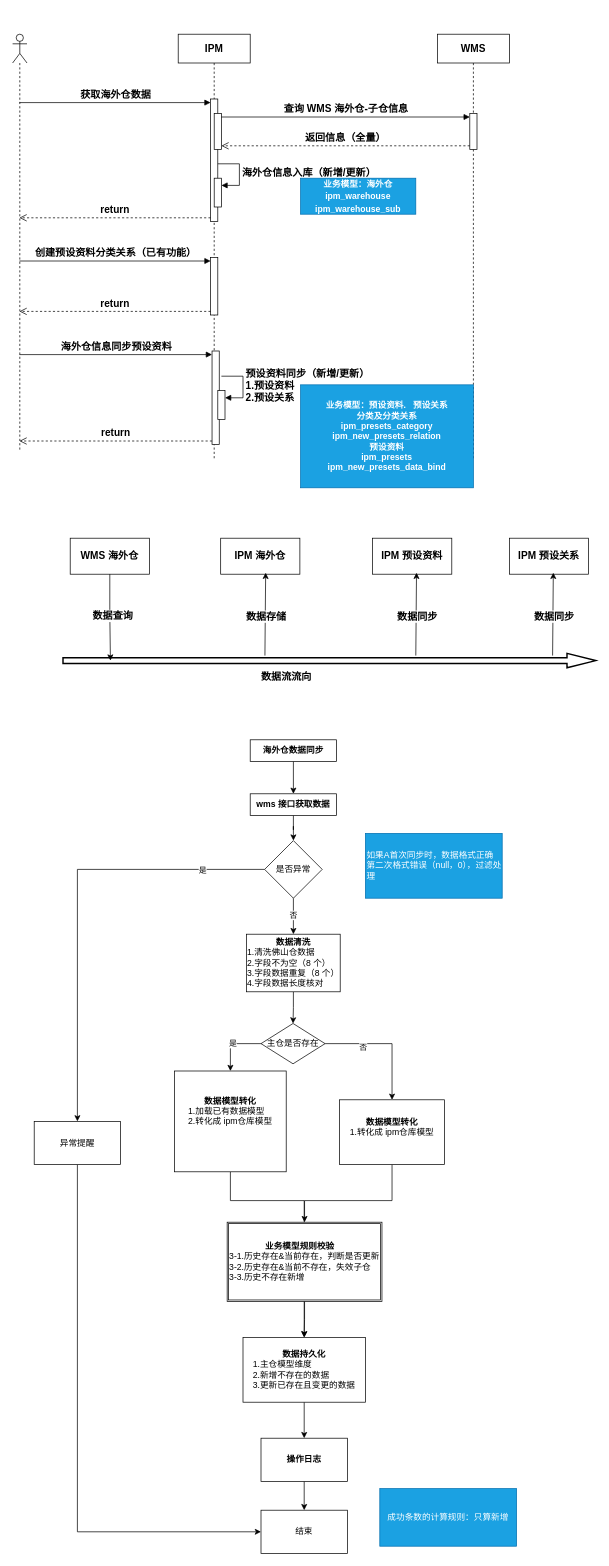
Above: shein/海外仓计划.drawio in Msimplehub/abbysun (draw.io), before the change. Source tidied: cells renumbered, new cells numbered last; positions are measured from the earlier drawing's top-left corner, leaving out a move shared by most shapes. Both pictures are drawn from the tidied source at 72%, with x=0, y=0 at pixel (12, 34).
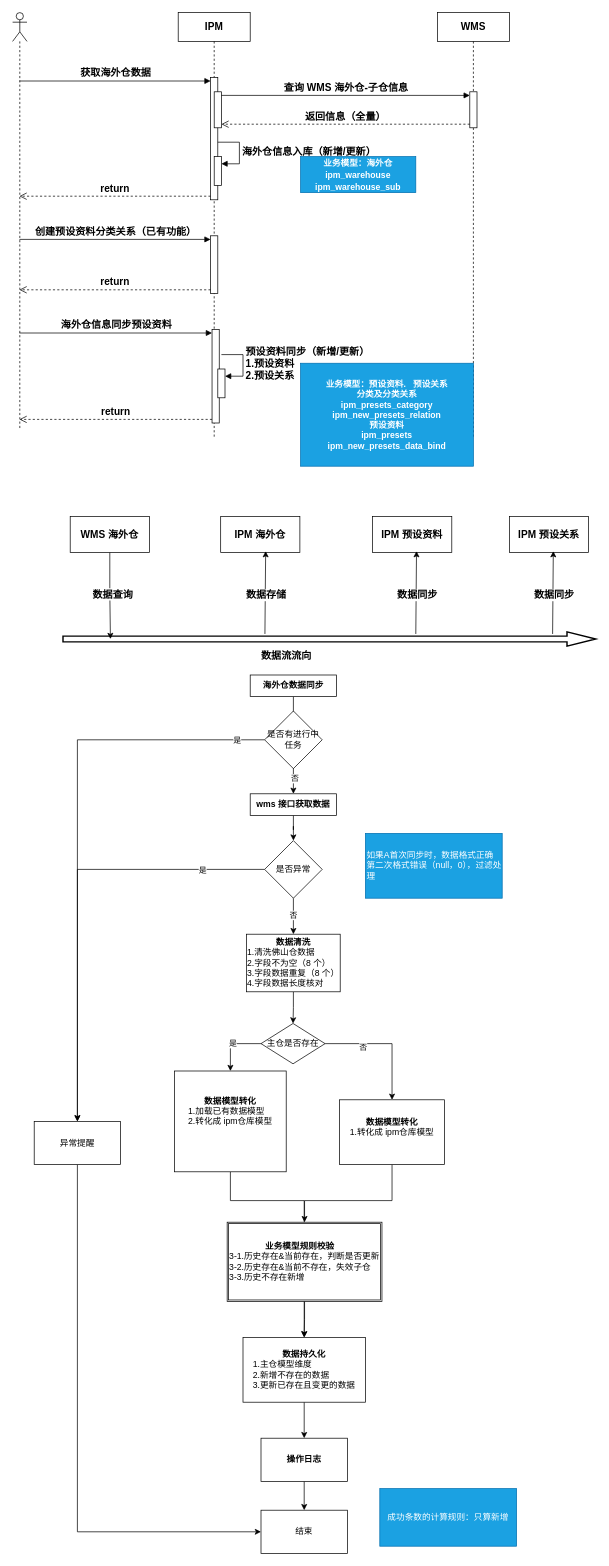
After the change.

Commit message:
更新海外仓计划.drawio

The change refers to these unchanged cells:
```xml
<mxCell id="38" style="edgeStyle=orthogonalEdgeStyle;rounded=0;jettySize=auto;html=1;exitX=0.5;exitY=1;exitDx=0;exitDy=0;" parent="1" edge="1" source="39" target="41">
  <mxGeometry relative="1" as="geometry" />
</mxCell>
<mxCell id="62" value="异常提醒" style="rounded=0;whiteSpace=wrap;html=1;" parent="1" vertex="1">
  <mxGeometry x="30" y="1510" width="120" height="60" as="geometry" />
</mxCell>
```

The edit, as a diff of the source:
```diff
@@
     <mxCell id="2" value="&lt;span style=&quot;font-size: 14px;&quot;&gt;&lt;font style=&quot;font-size: 14px;&quot;&gt;IPM&lt;/font&gt;&lt;/span&gt;" style="shape=umlLifeline;perimeter=lifelinePerimeter;whiteSpace=wrap;html=1;newEdgeStyle={&quot;curved&quot;:0,&quot;rounded&quot;:0};fontStyle=1;fontSize=14;" parent="1" vertex="1">
-      <mxGeometry x="230" width="100" height="590" as="geometry" />
+      <mxGeometry x="230" y="-30" width="100" height="590" as="geometry" />
     </mxCell>
@@
     <mxCell id="11" value="&lt;font style=&quot;font-size: 14px;&quot;&gt;WMS&lt;/font&gt;" style="shape=umlLifeline;perimeter=lifelinePerimeter;whiteSpace=wrap;html=1;newEdgeStyle={&quot;curved&quot;:0,&quot;rounded&quot;:0};fontStyle=1;fontSize=14;" parent="1" vertex="1">
-      <mxGeometry x="590" width="100" height="590" as="geometry" />
+      <mxGeometry x="590" y="-30" width="100" height="590" as="geometry" />
     </mxCell>
@@
     <mxCell id="15" value="&lt;font style=&quot;font-size: 12px;&quot;&gt;业务模型：海外仓&lt;/font&gt;&lt;div&gt;&lt;font style=&quot;font-size: 12px;&quot;&gt;ipm_warehouse&lt;/font&gt;&lt;/div&gt;&lt;div&gt;&lt;font style=&quot;font-size: 12px;&quot;&gt;ipm_warehouse_sub&lt;/font&gt;&lt;/div&gt;" style="html=1;whiteSpace=wrap;fillColor=#1ba1e2;fontColor=#ffffff;strokeColor=#006EAF;fontStyle=1;fontSize=14;" parent="1" vertex="1">
-      <mxGeometry x="400" y="200" width="160" height="50" as="geometry" />
+      <mxGeometry x="400" y="170" width="160" height="50" as="geometry" />
     </mxCell>
     <mxCell id="16" style="shape=umlLifeline;perimeter=lifelinePerimeter;whiteSpace=wrap;html=1;outlineConnect=0;portConstraint=eastwest;newEdgeStyle={&quot;curved&quot;:0,&quot;rounded&quot;:0};participant=umlActor;fontStyle=1;fontSize=14;" parent="1" vertex="1">
-      <mxGeometry width="20" height="580" as="geometry" />
+      <mxGeometry y="-30" width="20" height="580" as="geometry" />
     </mxCell>
@@
     <mxCell id="21" value="&lt;font style=&quot;font-size: 12px;&quot;&gt;业务模型：预设资料.&amp;nbsp; &amp;nbsp;&lt;/font&gt;&lt;span style=&quot;background-color: initial;&quot;&gt;预设关系&lt;/span&gt;&lt;div style=&quot;font-size: 12px;&quot;&gt;&lt;font style=&quot;font-size: 12px;&quot;&gt;&lt;div&gt;分类及分类关系&lt;/div&gt;&lt;div&gt;ipm_presets_category&lt;/div&gt;&lt;div&gt;ipm_new_presets_relation&lt;/div&gt;&lt;div&gt;预设资料&lt;/div&gt;&lt;div&gt;ipm_presets&lt;/div&gt;&lt;div&gt;ipm_new_presets_data_bind&lt;/div&gt;&lt;/font&gt;&lt;/div&gt;" style="html=1;whiteSpace=wrap;fillColor=#1ba1e2;fontColor=#ffffff;strokeColor=#006EAF;fontStyle=1;fontSize=12;" parent="1" vertex="1">
-      <mxGeometry x="400" y="487" width="240" height="143" as="geometry" />
+      <mxGeometry x="400" y="457" width="240" height="143" as="geometry" />
     </mxCell>
@@
     <mxCell id="24" value="WMS 海外仓" style="html=1;whiteSpace=wrap;fontStyle=1;fontSize=14;" parent="1" vertex="1">
-      <mxGeometry x="80" y="700" width="110" height="50" as="geometry" />
+      <mxGeometry x="80" y="670" width="110" height="50" as="geometry" />
     </mxCell>
     <mxCell id="25" value="IPM 海外仓" style="html=1;whiteSpace=wrap;fontStyle=1;fontSize=14;" parent="1" vertex="1">
-      <mxGeometry x="289" y="700" width="110" height="50" as="geometry" />
+      <mxGeometry x="289" y="670" width="110" height="50" as="geometry" />
     </mxCell>
     <mxCell id="26" value="IPM 预设资料" style="html=1;whiteSpace=wrap;fontStyle=1;fontSize=14;" parent="1" vertex="1">
-      <mxGeometry x="500" y="700" width="110" height="50" as="geometry" />
+      <mxGeometry x="500" y="670" width="110" height="50" as="geometry" />
     </mxCell>
     <mxCell id="27" value="IPM 预设关系" style="html=1;whiteSpace=wrap;fontStyle=1;fontSize=14;" parent="1" vertex="1">
-      <mxGeometry x="690" y="700" width="110" height="50" as="geometry" />
+      <mxGeometry x="690" y="670" width="110" height="50" as="geometry" />
     </mxCell>
     <mxCell id="28" style="verticalLabelPosition=bottom;verticalAlign=top;html=1;strokeWidth=2;shape=mxgraph.arrows2.arrow;dy=0.6;dx=40;notch=0;fontStyle=1;fontSize=14;" parent="1" vertex="1">
-      <mxGeometry x="70" y="860" width="740" height="20" as="geometry" />
+      <mxGeometry x="70" y="830" width="740" height="20" as="geometry" />
     </mxCell>
@@
     <mxCell id="33" style="endArrow=classic;html=1;rounded=0;entryX=0.568;entryY=0.96;entryDx=0;entryDy=0;entryPerimeter=0;exitX=0.379;exitY=0.15;exitDx=0;exitDy=0;exitPerimeter=0;fontStyle=1;fontSize=14;" parent="1" edge="1">
       <mxGeometry relative="1" as="geometry">
-        <mxPoint x="560" y="863" as="sourcePoint" />
-        <mxPoint x="561" y="748" as="targetPoint" />
+        <mxPoint x="560" y="833" as="sourcePoint" />
+        <mxPoint x="561" y="718" as="targetPoint" />
       </mxGeometry>
     </mxCell>
@@
     <mxCell id="35" style="endArrow=classic;html=1;rounded=0;entryX=0.568;entryY=0.96;entryDx=0;entryDy=0;entryPerimeter=0;exitX=0.379;exitY=0.15;exitDx=0;exitDy=0;exitPerimeter=0;fontStyle=1;fontSize=14;" parent="1" edge="1">
       <mxGeometry relative="1" as="geometry">
-        <mxPoint x="750" y="863" as="sourcePoint" />
-        <mxPoint x="751" y="748" as="targetPoint" />
+        <mxPoint x="750" y="833" as="sourcePoint" />
+        <mxPoint x="751" y="718" as="targetPoint" />
       </mxGeometry>
     </mxCell>
@@
     <mxCell id="37" value="&lt;font style=&quot;font-size: 14px;&quot;&gt;数据流流向&lt;/font&gt;" style="text;html=1;align=center;verticalAlign=middle;strokeColor=none;fillColor=none;fontStyle=1;fontSize=14;" parent="1" vertex="1">
-      <mxGeometry x="335" y="878" width="90" height="30" as="geometry" />
+      <mxGeometry x="335" y="848" width="90" height="30" as="geometry" />
     </mxCell>
@@
+    <mxCell id="69" value="否" style="edgeLabel;html=1;align=center;verticalAlign=middle;" parent="38" vertex="1">
+      <mxGeometry x="0.67" y="1" relative="1" as="geometry" />
+    </mxCell>
     <mxCell id="39" value="&lt;b&gt;海外仓数据同步&lt;/b&gt;" style="rounded=0;whiteSpace=wrap;html=1;" parent="1" vertex="1">
-      <mxGeometry x="330" y="980" width="120" height="30" as="geometry" />
+      <mxGeometry x="330" y="890" width="120" height="30" as="geometry" />
     </mxCell>
@@
+    <mxCell id="70" style="edgeStyle=orthogonalEdgeStyle;rounded=0;jettySize=auto;html=1;exitX=0;exitY=0.5;exitDx=0;exitDy=0;entryX=0.5;entryY=0;entryDx=0;entryDy=0;" parent="1" edge="1" source="72" target="62">
+      <mxGeometry relative="1" as="geometry" />
+    </mxCell>
+    <mxCell id="71" value="是" style="edgeLabel;html=1;align=center;verticalAlign=middle;" parent="70" vertex="1">
+      <mxGeometry x="-0.9" relative="1" as="geometry" />
+    </mxCell>
+    <mxCell id="72" value="是否有进行中任务" style="rhombus;whiteSpace=wrap;html=1;" parent="1" vertex="1">
+      <mxGeometry x="350" y="940" width="80" height="80" as="geometry" />
+    </mxCell>
```
